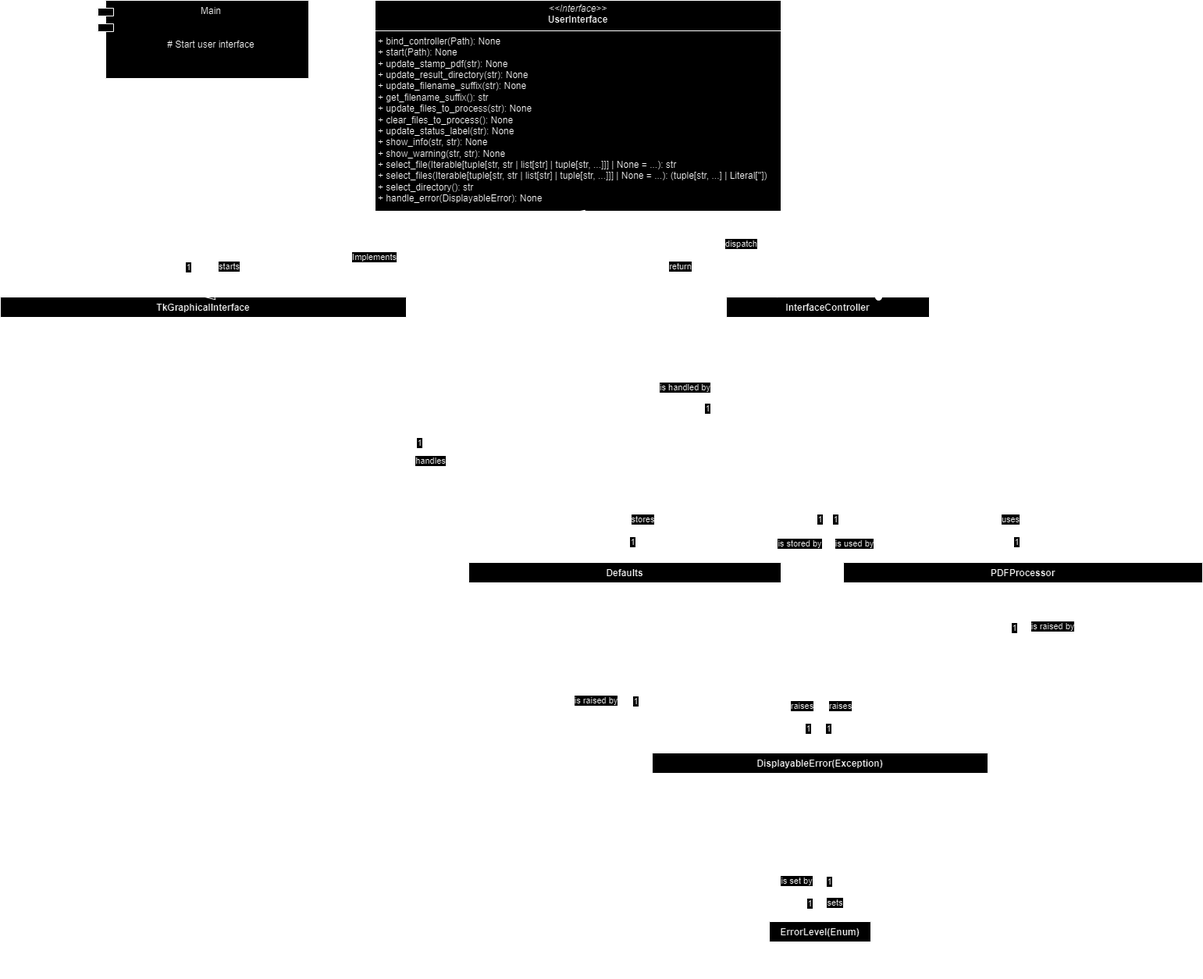
Before: technical_analysis/PDF facturatie programma.drawio.png, a diagram exported from draw.io (CodeByAlejandro/PDF_facturatie_programma). Source tidied: cells renumbered, new cells last; positions are measured from the earlier drawing's top-left corner, leaving out a move shared by most shapes.
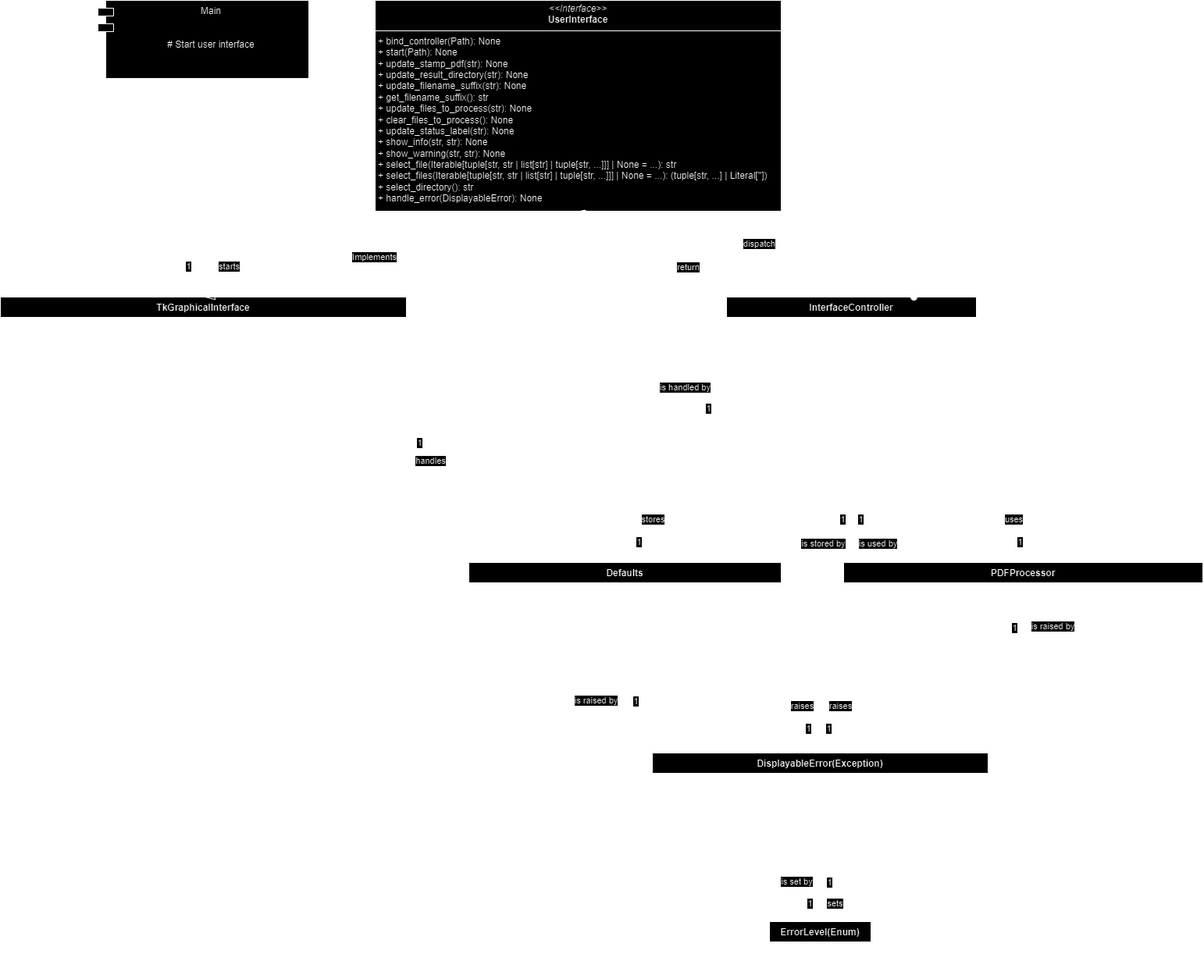
After the change.

Commit message:
Updated schema with bugfixes for v1.0.0

What changed in the source:
```diff
@@ -48,16 +48,16 @@
       <mxGeometry x="125" width="270" height="100" as="geometry" />
     </mxCell>
     <mxCell id="15" value="InterfaceController" style="swimlane;fontStyle=1;align=center;verticalAlign=top;horizontal=1;startSize=26;whiteSpace=wrap;html=1;" parent="1" vertex="1">
-      <mxGeometry x="930" y="380" width="260" height="260" as="geometry" />
+      <mxGeometry x="930" y="380" width="320" height="260" as="geometry" />
     </mxCell>
     <mxCell id="16" value="+ stamp_pdf: Path | None = None&lt;div&gt;+ result_directory: Path | None = None&lt;/div&gt;&lt;div&gt;+&amp;nbsp;file_paths: list[Path] = []&lt;/div&gt;&lt;div&gt;+ ui: UserInterface&lt;/div&gt;&lt;div&gt;+ defaults: Defaults&lt;/div&gt;&lt;div&gt;+ PDFProcessor: PDFProcessor&lt;/div&gt;" style="text;strokeColor=none;fillColor=none;align=left;verticalAlign=top;spacingLeft=4;spacingRight=4;overflow=hidden;whiteSpace=wrap;html=1;" parent="15" vertex="1">
-      <mxGeometry y="26" width="260" height="94" as="geometry" />
+      <mxGeometry y="26" width="320" height="94" as="geometry" />
     </mxCell>
     <mxCell id="17" style="line;strokeWidth=1;fillColor=none;align=left;verticalAlign=middle;spacingTop=-1;spacingLeft=3;spacingRight=3;labelPosition=right;strokeColor=inherit;" parent="15" vertex="1">
-      <mxGeometry y="120" width="260" height="8" as="geometry" />
+      <mxGeometry y="120" width="320" height="8" as="geometry" />
     </mxCell>
-    <mxCell id="18" value="&lt;p style=&quot;margin: 0px 0px 0px 4px;&quot;&gt;+ __init__(UserInterface, Path): None&lt;/p&gt;&lt;p style=&quot;margin: 0px 0px 0px 4px;&quot;&gt;+ select_stamp_pdf(): None&lt;/p&gt;&lt;p style=&quot;margin: 0px 0px 0px 4px;&quot;&gt;+&amp;nbsp;select_result_directory(): None&lt;/p&gt;&lt;p style=&quot;margin: 0px 0px 0px 4px;&quot;&gt;+&amp;nbsp;select_files(): None&lt;/p&gt;&lt;p style=&quot;margin: 0px 0px 0px 4px;&quot;&gt;+&amp;nbsp;show_info_select_files(): None&lt;/p&gt;&lt;p style=&quot;margin: 0px 0px 0px 4px;&quot;&gt;+&amp;nbsp;clear_files(): None&lt;/p&gt;&lt;p style=&quot;margin: 0px 0px 0px 4px;&quot;&gt;+&amp;nbsp;process_files(): None&lt;/p&gt;&lt;p style=&quot;margin: 0px 0px 0px 4px;&quot;&gt;+&amp;nbsp;_process_files_core(list[Path], str): None&lt;/p&gt;" style="text;strokeColor=none;fillColor=none;align=left;verticalAlign=top;spacingLeft=4;spacingRight=4;overflow=hidden;whiteSpace=wrap;html=1;" parent="15" vertex="1">
-      <mxGeometry y="128" width="260" height="132" as="geometry" />
+    <mxCell id="18" value="&lt;p style=&quot;margin: 0px 0px 0px 4px;&quot;&gt;+ __init__(UserInterface, Path): None&lt;/p&gt;&lt;p style=&quot;margin: 0px 0px 0px 4px;&quot;&gt;+ select_stamp_pdf(): None&lt;/p&gt;&lt;p style=&quot;margin: 0px 0px 0px 4px;&quot;&gt;+&amp;nbsp;select_result_directory(): None&lt;/p&gt;&lt;p style=&quot;margin: 0px 0px 0px 4px;&quot;&gt;+&amp;nbsp;select_files(): None&lt;/p&gt;&lt;p style=&quot;margin: 0px 0px 0px 4px;&quot;&gt;+&amp;nbsp;show_info_select_files(): None&lt;/p&gt;&lt;p style=&quot;margin: 0px 0px 0px 4px;&quot;&gt;+&amp;nbsp;clear_files(): None&lt;/p&gt;&lt;p style=&quot;margin: 0px 0px 0px 4px;&quot;&gt;+&amp;nbsp;process_files(): None&lt;/p&gt;&lt;p style=&quot;margin: 0px 0px 0px 4px;&quot;&gt;+&amp;nbsp;_process_files_core(Path, Path, str, list[Path]): None&lt;/p&gt;" style="text;strokeColor=none;fillColor=none;align=left;verticalAlign=top;spacingLeft=4;spacingRight=4;overflow=hidden;whiteSpace=wrap;html=1;" parent="15" vertex="1">
+      <mxGeometry y="128" width="320" height="132" as="geometry" />
     </mxCell>
     <mxCell id="19" value="return" style="html=1;verticalAlign=bottom;endArrow=open;dashed=1;endSize=8;curved=0;rounded=0;entryX=0.5;entryY=1;entryDx=0;entryDy=0;exitX=0.25;exitY=0;exitDx=0;exitDy=0;" parent="1" edge="1" source="15" target="2">
       <mxGeometry x="-0.1" y="22" relative="1" as="geometry" />
@@ -132,7 +132,7 @@
     <mxCell id="38" style="endArrow=open;endFill=1;endSize=12;html=1;rounded=0;exitX=0.5;exitY=1;exitDx=0;exitDy=0;entryX=0.5;entryY=0;entryDx=0;entryDy=0;" parent="1" edge="1" source="15" target="21">
       <mxGeometry relative="1" as="geometry">
         <Array as="points">
-          <mxPoint x="1060" y="680" />
+          <mxPoint x="1090" y="680" />
           <mxPoint x="800" y="680" />
         </Array>
       </mxGeometry>
@@ -144,12 +144,12 @@
     </mxCell>
     <mxCell id="40" value="is stored by" style="edgeLabel;html=1;align=center;verticalAlign=middle;" parent="38" vertex="1">
       <mxGeometry x="-0.29" relative="1" as="geometry">
-        <mxPoint x="45" y="15" as="offset" />
+        <mxPoint x="56" y="15" as="offset" />
       </mxGeometry>
     </mxCell>
     <mxCell id="41" value="1" style="edgeLabel;html=1;align=center;verticalAlign=middle;" parent="38" vertex="1">
       <mxGeometry x="-0.38" y="-1" relative="1" as="geometry">
-        <mxPoint x="55" y="-15" as="offset" />
+        <mxPoint x="64" y="-15" as="offset" />
       </mxGeometry>
     </mxCell>
     <mxCell id="42" value="1" style="edgeLabel;html=1;align=center;verticalAlign=middle;" parent="38" vertex="1">
@@ -160,19 +160,19 @@
     <mxCell id="43" style="endArrow=open;endFill=1;endSize=12;html=1;rounded=0;exitX=0.5;exitY=1;exitDx=0;exitDy=0;entryX=0.5;entryY=0;entryDx=0;entryDy=0;" parent="1" edge="1" source="15" target="25">
       <mxGeometry relative="1" as="geometry">
         <Array as="points">
-          <mxPoint x="1060" y="680" />
+          <mxPoint x="1090" y="680" />
           <mxPoint x="1310" y="680" />
         </Array>
       </mxGeometry>
     </mxCell>
     <mxCell id="44" value="is used by" style="edgeLabel;html=1;align=center;verticalAlign=middle;" parent="43" vertex="1">
       <mxGeometry x="0.31" y="4" relative="1" as="geometry">
-        <mxPoint x="-144" y="19" as="offset" />
+        <mxPoint x="-124" y="19" as="offset" />
       </mxGeometry>
     </mxCell>
     <mxCell id="45" value="1" style="edgeLabel;html=1;align=center;verticalAlign=middle;" parent="43" vertex="1">
       <mxGeometry x="-0.55" relative="1" as="geometry">
-        <mxPoint x="-25" y="-16" as="offset" />
+        <mxPoint x="-16" y="-16" as="offset" />
       </mxGeometry>
     </mxCell>
     <mxCell id="46" value="uses" style="edgeLabel;html=1;align=center;verticalAlign=middle;" parent="43" vertex="1">
```
